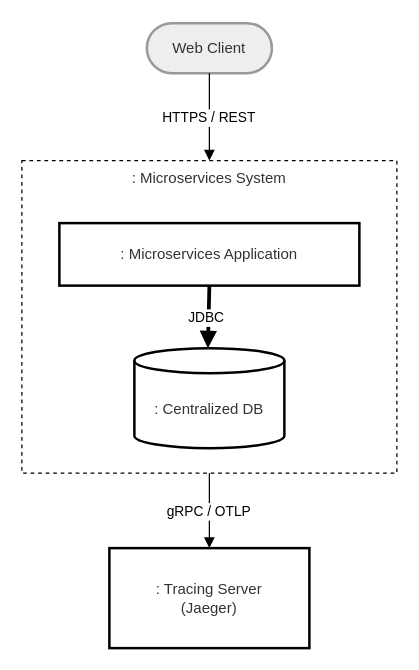
Earlier version of the draw.io diagram data/figs/architecture/topology_local.drawio (socialsoftware/microservices-simulator). Source tidied: cells renumbered, new cells numbered last; positions are measured from the earlier drawing's top-left corner, leaving out a move shared by most shapes. Both pictures are drawn from the tidied source at 125%, with x=0, y=0 at pixel (21, 22).
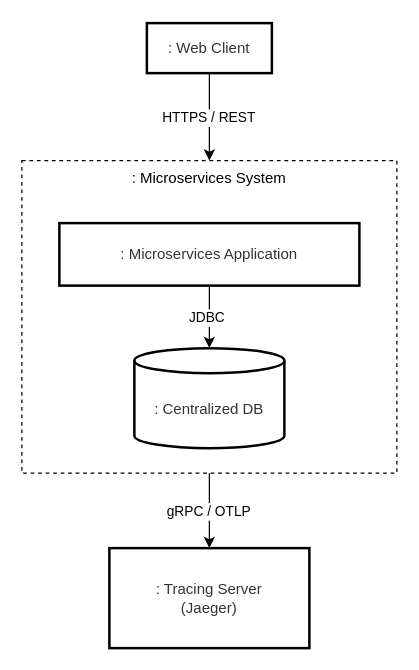
The same diagram, later.

Change to the diagram source:
```diff
@@
-<mxGraphModel>
+<mxGraphModel background="#ffffff">
   <root>
     <mxCell id="0" />
     <mxCell id="1" parent="0" />
-    <mxCell id="2" value=": Microservices System" style="whiteSpace=wrap;strokeWidth=1;verticalAlign=top;fillColor=none;strokeColor=#000000;fontColor=light-dark(#333333,#cccccc);dashed=1;dashPattern=3 3;" parent="1" vertex="1">
+    <mxCell id="2" value=": Microservices System" style="whiteSpace=wrap;strokeWidth=1;verticalAlign=top;dashed=1;dashPattern=3 3;" parent="1" vertex="1">
       <mxGeometry y="110" width="300" height="250" as="geometry" />
     </mxCell>
-    <mxCell id="3" value="Web Client" style="rounded=1;whiteSpace=wrap;arcSize=50;strokeWidth=2;fillColor=light-dark(#eeeeee,#1f2020);strokeColor=light-dark(#999999,#cccccc);fontColor=light-dark(#333333,#cccccc);" parent="1" vertex="1">
+    <mxCell id="3" value=": Web Client" style="whiteSpace=wrap;strokeWidth=2;fillColor=#ffffff;strokeColor=#000000;fontColor=light-dark(#333333,#cccccc);" parent="1" vertex="1">
       <mxGeometry x="100" width="100" height="40" as="geometry" />
     </mxCell>
     <mxCell id="4" value=": Tracing Server&#10;(Jaeger)" style="whiteSpace=wrap;strokeWidth=2;fillColor=#ffffff;strokeColor=#000000;fontColor=light-dark(#333333,#cccccc);" parent="1" vertex="1">
       <mxGeometry x="70" y="420" width="160" height="80" as="geometry" />
     </mxCell>
-    <mxCell id="5" value="HTTPS / REST" style="curved=1;startArrow=none;endArrow=block;exitX=0.5;exitY=1;entryX=0.5;entryY=0;rounded=0;" parent="1" edge="1" source="3" target="2">
+    <mxCell id="5" value="HTTPS / REST" style="curved=1;startArrow=none;endArrow=classic;exitX=0.5;exitY=1;entryX=0.5;entryY=0;rounded=0;endFill=1;" parent="1" edge="1" source="3" target="2">
       <mxGeometry relative="1" as="geometry" />
     </mxCell>
-    <mxCell id="6" value="gRPC / OTLP" style="curved=1;startArrow=none;endArrow=block;exitX=0.5;exitY=1;entryX=0.5;entryY=0;rounded=0;" parent="1" edge="1" source="2" target="4">
+    <mxCell id="6" value="gRPC / OTLP" style="curved=1;startArrow=none;endArrow=classic;exitX=0.5;exitY=1;entryX=0.5;entryY=0;rounded=0;endFill=1;" parent="1" edge="1" source="2" target="4">
       <mxGeometry relative="1" as="geometry" />
     </mxCell>
     <mxCell id="7" value=": Microservices Application" style="whiteSpace=wrap;strokeWidth=2;fillColor=#ffffff;strokeColor=#000000;fontColor=light-dark(#333333,#cccccc);" parent="1" vertex="1">
       <mxGeometry x="30" y="160" width="240" height="50" as="geometry" />
     </mxCell>
     <mxCell id="8" value=": Centralized DB" style="shape=cylinder3;boundedLbl=1;backgroundOutline=1;size=10;strokeWidth=2;whiteSpace=wrap;fillColor=#ffffff;strokeColor=#000000;fontColor=light-dark(#333333,#cccccc);" parent="1" vertex="1">
       <mxGeometry x="90" y="260" width="120" height="80" as="geometry" />
     </mxCell>
-    <mxCell id="9" value="JDBC " style="curved=1;startArrow=none;endArrow=block;strokeWidth=3;exitX=0.5;exitY=0.99;entryX=0.49;entryY=-0.01;rounded=0;" parent="1" edge="1" source="7" target="8">
-      <mxGeometry relative="1" as="geometry" />
+    <mxCell id="9" value="JDBC " style="curved=1;startArrow=none;endArrow=classic;strokeWidth=1;rounded=0;endFill=1;" parent="1" edge="1" target="8">
+      <mxGeometry relative="1" as="geometry">
+        <mxPoint x="150" y="210" as="sourcePoint" />
+      </mxGeometry>
     </mxCell>
   </root>
 </mxGraphModel>
```
